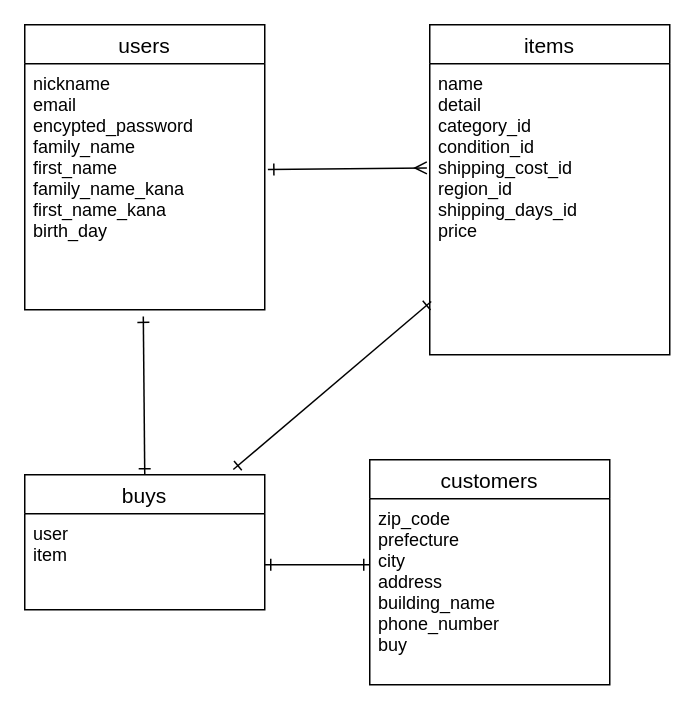
Before: app/views/test.dio in maron75/furima-37920, a draw.io diagram. Source tidied: cells renumbered, new cells numbered last; positions are measured from the earlier drawing's top-left corner, leaving out a move shared by most shapes. Both pictures are drawn from the tidied source at 150%, with x=0, y=0 at pixel (24, 24).
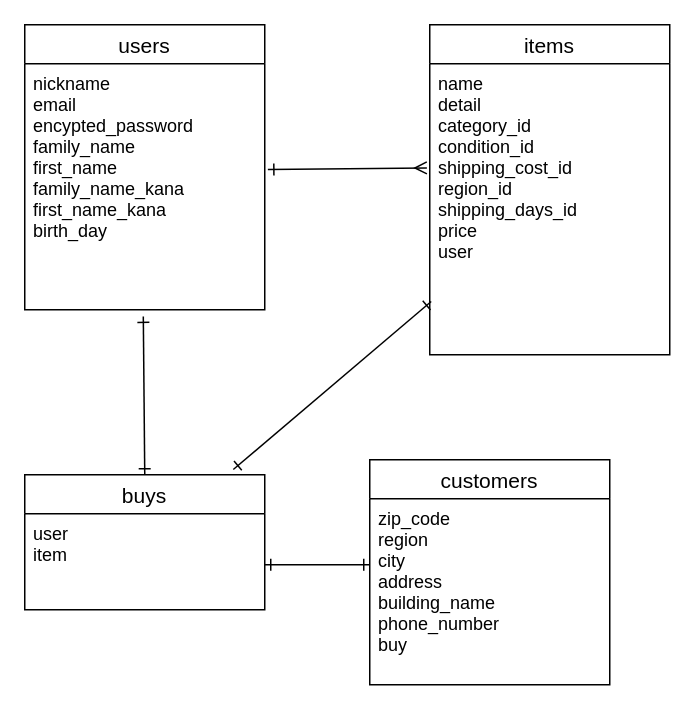
After the change.

The edit, as a diff of the source:
```diff
@@
 <mxGraphModel>
   <root>
     <mxCell id="0" />
     <mxCell id="1" parent="0" />
     <mxCell id="2" value="users" style="swimlane;fontStyle=0;horizontal=1;startSize=26;align=center;fontSize=14;" parent="1" vertex="1">
       <mxGeometry width="160" height="190" as="geometry" />
     </mxCell>
     <mxCell id="3" value="nickname&#10;email&#10;encypted_password&#10;family_name&#10;first_name&#10;family_name_kana&#10;first_name_kana&#10;birth_day&#10;" style="text;strokeColor=none;fillColor=none;spacingLeft=4;spacingRight=4;overflow=hidden;points=[[0,0.5],[1,0.5]];portConstraint=eastwest;fontSize=12;" parent="2" vertex="1">
       <mxGeometry y="26" width="160" height="164" as="geometry" />
     </mxCell>
     <mxCell id="4" value="items" style="swimlane;fontStyle=0;horizontal=1;startSize=26;align=center;fontSize=14;" parent="1" vertex="1">
       <mxGeometry x="270" width="160" height="220" as="geometry" />
     </mxCell>
-    <mxCell id="5" value="name&#10;detail&#10;category_id&#10;condition_id&#10;shipping_cost_id&#10;region_id&#10;shipping_days_id&#10;price&#10;" style="text;strokeColor=none;fillColor=none;spacingLeft=4;spacingRight=4;overflow=hidden;points=[[0,0.5],[1,0.5]];portConstraint=eastwest;fontSize=12;" parent="4" vertex="1">
+    <mxCell id="5" value="name&#10;detail&#10;category_id&#10;condition_id&#10;shipping_cost_id&#10;region_id&#10;shipping_days_id&#10;price&#10;user&#10;" style="text;strokeColor=none;fillColor=none;spacingLeft=4;spacingRight=4;overflow=hidden;points=[[0,0.5],[1,0.5]];portConstraint=eastwest;fontSize=12;" parent="4" vertex="1">
       <mxGeometry y="26" width="160" height="194" as="geometry" />
     </mxCell>
     <mxCell id="6" value="buys" style="swimlane;fontStyle=0;horizontal=1;startSize=26;align=center;fontSize=14;" parent="1" vertex="1">
       <mxGeometry y="300" width="160" height="90" as="geometry" />
     </mxCell>
     <mxCell id="7" value="user&#10;item" style="text;strokeColor=none;fillColor=none;spacingLeft=4;spacingRight=4;overflow=hidden;fontSize=12;" parent="6" vertex="1">
       <mxGeometry y="26" width="160" height="64" as="geometry" />
     </mxCell>
     <mxCell id="8" style="endArrow=ERone;html=1;rounded=0;strokeColor=default;entryX=0.5;entryY=0;entryDx=0;entryDy=0;exitX=0.494;exitY=1.027;exitDx=0;exitDy=0;exitPerimeter=0;startArrow=ERone;startFill=0;endFill=0;" parent="1" edge="1" source="3" target="6">
       <mxGeometry relative="1" as="geometry" />
     </mxCell>
     <mxCell id="9" value="customers" style="swimlane;fontStyle=0;horizontal=1;startSize=26;align=center;fontSize=14;" parent="1" vertex="1">
       <mxGeometry x="230" y="290" width="160" height="150" as="geometry" />
     </mxCell>
-    <mxCell id="10" value="zip_code&#10;prefecture&#10;city&#10;address&#10;building_name&#10;phone_number&#10;buy&#10;" style="text;strokeColor=none;fillColor=none;spacingLeft=4;spacingRight=4;overflow=hidden;fontSize=12;" parent="1" vertex="1">
+    <mxCell id="10" value="zip_code&#10;region&#10;city&#10;address&#10;building_name&#10;phone_number&#10;buy&#10;" style="text;strokeColor=none;fillColor=none;spacingLeft=4;spacingRight=4;overflow=hidden;fontSize=12;" parent="1" vertex="1">
       <mxGeometry x="230" y="316" width="160" height="114" as="geometry" />
     </mxCell>
     <mxCell id="11" style="endArrow=ERone;html=1;rounded=0;endFill=0;startArrow=ERone;startFill=0;" parent="1" edge="1">
       <mxGeometry relative="1" as="geometry">
         <mxPoint x="160" y="360" as="sourcePoint" />
         <mxPoint x="230" y="360" as="targetPoint" />
       </mxGeometry>
     </mxCell>
     <mxCell id="12" style="endArrow=ERone;html=1;rounded=0;exitX=0.869;exitY=-0.039;exitDx=0;exitDy=0;exitPerimeter=0;entryX=0.006;entryY=0.817;entryDx=0;entryDy=0;entryPerimeter=0;endFill=0;startArrow=ERone;startFill=0;" parent="1" edge="1" source="6" target="5">
       <mxGeometry relative="1" as="geometry" />
     </mxCell>
     <mxCell id="13" style="endArrow=ERmany;html=1;rounded=0;exitX=1.013;exitY=0.43;exitDx=0;exitDy=0;exitPerimeter=0;entryX=-0.012;entryY=0.358;entryDx=0;entryDy=0;entryPerimeter=0;endFill=0;startArrow=ERone;startFill=0;" parent="1" edge="1" source="3" target="5">
       <mxGeometry relative="1" as="geometry" />
     </mxCell>
   </root>
 </mxGraphModel>
```
